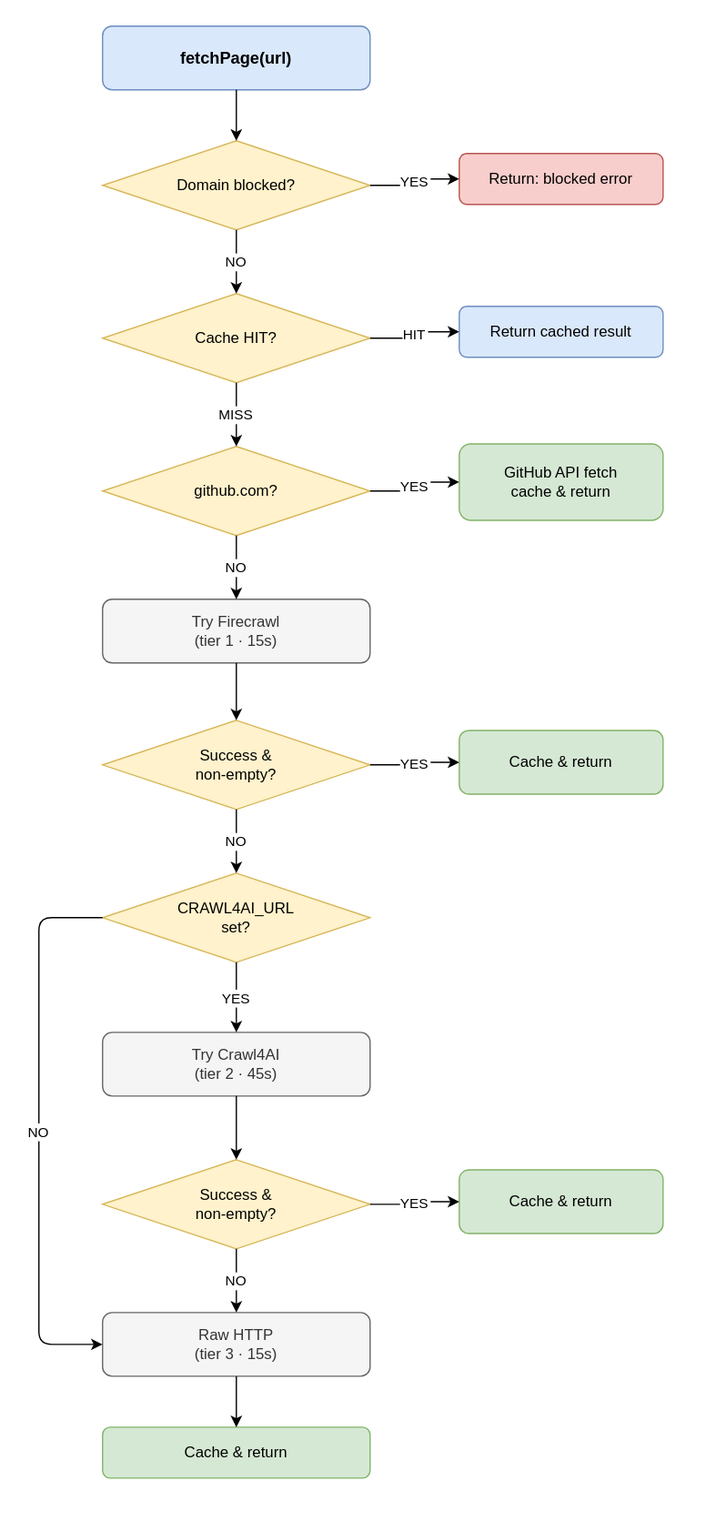
Before: assets/fetch-routing.drawio.svg, a diagram exported from draw.io (TadMSTR/searxng-mcp). Source tidied: cells renumbered, new cells last; positions are measured from the earlier drawing's top-left corner, leaving out a move shared by most shapes.
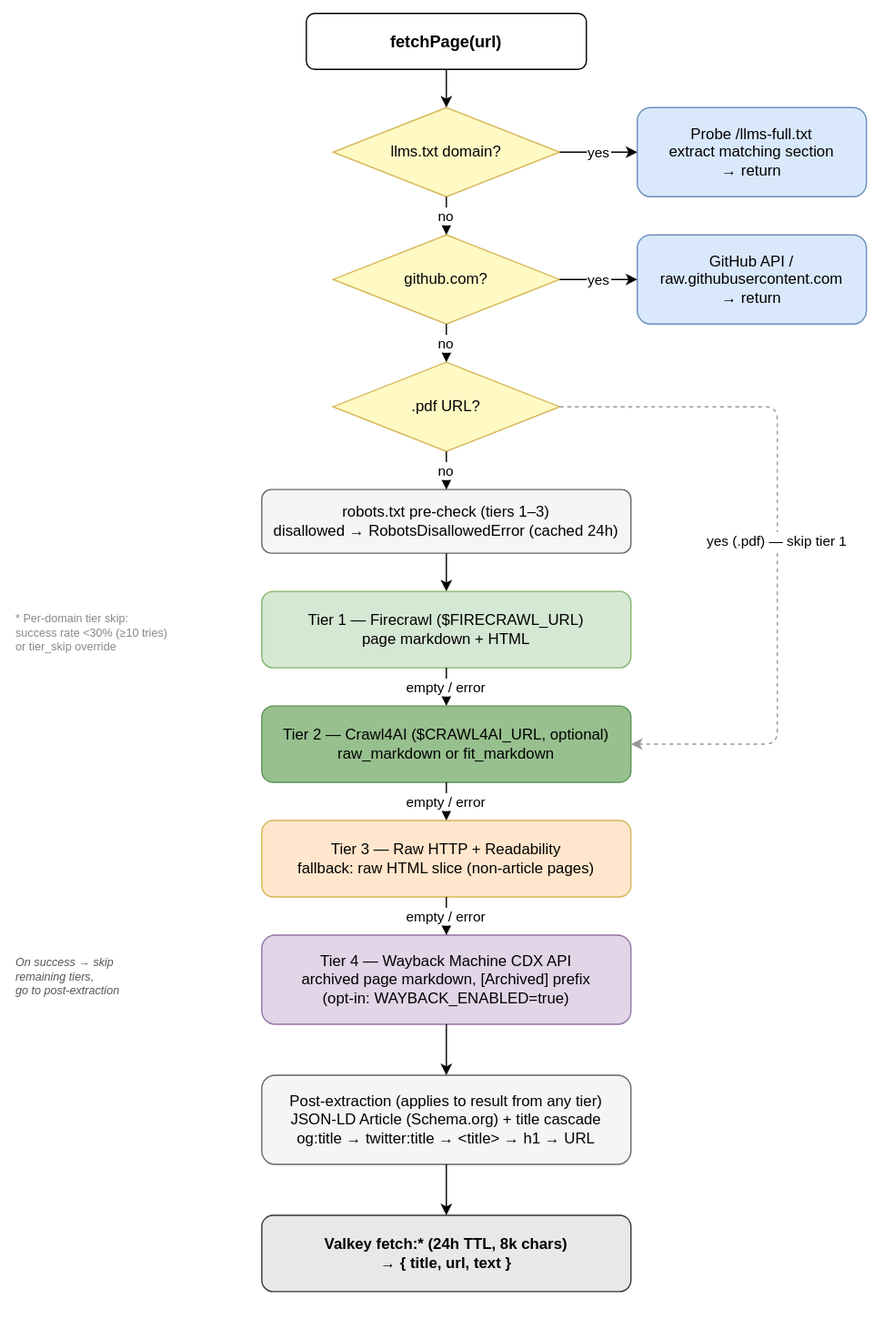
Above is the later version.

Commit message:
docs: regenerate fetch-routing diagram for v3.7.0 four-tier cascade

Replaces stale pre-v3.4.0 SVG with updated diagram covering:
- llms.txt and GitHub fast paths
- PDF routing (bypass tier 1)
- Tier 3 Raw HTTP + Readability
- Tier 4 Wayback Machine (opt-in)
- Post-extraction and Valkey caching

Diff of the diagram source:
```diff
@@ -2,106 +2,94 @@
   <root>
     <mxCell id="0" />
     <mxCell id="1" parent="0" />
-    <mxCell id="2" value="fetchPage(url)" style="rounded=1;whiteSpace=wrap;fillColor=#dae8fc;strokeColor=#6c8ebf;fontStyle=1;fontSize=13;" parent="1" vertex="1">
-      <mxGeometry x="50" width="210" height="50" as="geometry" />
+    <mxCell id="2" value="fetchPage(url)" style="rounded=1;whiteSpace=wrap;fillColor=#ffffff;strokeColor=#000000;fontStyle=1;fontSize=13;" parent="1" vertex="1">
+      <mxGeometry x="140" width="220" height="44" as="geometry" />
     </mxCell>
-    <mxCell id="3" value="Domain blocked?" style="rhombus;whiteSpace=wrap;fillColor=#fff2cc;strokeColor=#d6b656;" parent="1" vertex="1">
-      <mxGeometry x="50" y="90" width="210" height="70" as="geometry" />
-    </mxCell>
-    <mxCell id="4" value="Return: blocked error" style="rounded=1;whiteSpace=wrap;fillColor=#f8cecc;strokeColor=#b85450;" parent="1" vertex="1">
-      <mxGeometry x="330" y="100" width="160" height="40" as="geometry" />
-    </mxCell>
-    <mxCell id="5" value="Cache HIT?" style="rhombus;whiteSpace=wrap;fillColor=#fff2cc;strokeColor=#d6b656;" parent="1" vertex="1">
-      <mxGeometry x="50" y="210" width="210" height="70" as="geometry" />
-    </mxCell>
-    <mxCell id="6" value="Return cached result" style="rounded=1;whiteSpace=wrap;fillColor=#dae8fc;strokeColor=#6c8ebf;" parent="1" vertex="1">
-      <mxGeometry x="330" y="220" width="160" height="40" as="geometry" />
-    </mxCell>
+    <mxCell id="34" value="llms.txt domain?" style="rhombus;whiteSpace=wrap;fillColor=#fff9c4;strokeColor=#d6b656;" parent="1" vertex="1">
+      <mxGeometry x="161" y="74" width="178" height="70" as="geometry" />
+    </mxCell>
+    <mxCell id="35" value="Probe /llms-full.txt&#10;extract matching section&#10;→ return" style="rounded=1;whiteSpace=wrap;fillColor=#dae8fc;strokeColor=#6c8ebf;" parent="1" vertex="1">
+      <mxGeometry x="400" y="74" width="180" height="70" as="geometry" />
+    </mxCell>
-    <mxCell id="7" value="github.com?" style="rhombus;whiteSpace=wrap;fillColor=#fff2cc;strokeColor=#d6b656;" parent="1" vertex="1">
-      <mxGeometry x="50" y="330" width="210" height="70" as="geometry" />
+    <mxCell id="7" value="github.com?" style="rhombus;whiteSpace=wrap;fillColor=#fff9c4;strokeColor=#d6b656;" parent="1" vertex="1">
+      <mxGeometry x="161" y="174" width="178" height="70" as="geometry" />
     </mxCell>
-    <mxCell id="8" value="GitHub API fetch&#10;cache &amp; return" style="rounded=1;whiteSpace=wrap;fillColor=#d5e8d4;strokeColor=#82b366;" parent="1" vertex="1">
-      <mxGeometry x="330" y="328" width="160" height="60" as="geometry" />
-    </mxCell>
-    <mxCell id="9" value="Try Firecrawl&#10;(tier 1 · 15s)" style="rounded=1;whiteSpace=wrap;fillColor=#f5f5f5;strokeColor=#666666;fontColor=#333333;" parent="1" vertex="1">
-      <mxGeometry x="50" y="450" width="210" height="50" as="geometry" />
-    </mxCell>
-    <mxCell id="10" value="Success &amp;&#10;non-empty?" style="rhombus;whiteSpace=wrap;fillColor=#fff2cc;strokeColor=#d6b656;" parent="1" vertex="1">
-      <mxGeometry x="50" y="545" width="210" height="70" as="geometry" />
-    </mxCell>
-    <mxCell id="11" value="Cache &amp; return" style="rounded=1;whiteSpace=wrap;fillColor=#d5e8d4;strokeColor=#82b366;" parent="1" vertex="1">
-      <mxGeometry x="330" y="553" width="160" height="50" as="geometry" />
-    </mxCell>
-    <mxCell id="12" value="CRAWL4AI_URL&#10;set?" style="rhombus;whiteSpace=wrap;fillColor=#fff2cc;strokeColor=#d6b656;" parent="1" vertex="1">
-      <mxGeometry x="50" y="665" width="210" height="70" as="geometry" />
-    </mxCell>
-    <mxCell id="13" value="Try Crawl4AI&#10;(tier 2 · 45s)" style="rounded=1;whiteSpace=wrap;fillColor=#f5f5f5;strokeColor=#666666;fontColor=#333333;" parent="1" vertex="1">
-      <mxGeometry x="50" y="790" width="210" height="50" as="geometry" />
-    </mxCell>
-    <mxCell id="14" value="Success &amp;&#10;non-empty?" style="rhombus;whiteSpace=wrap;fillColor=#fff2cc;strokeColor=#d6b656;" parent="1" vertex="1">
-      <mxGeometry x="50" y="890" width="210" height="70" as="geometry" />
-    </mxCell>
-    <mxCell id="15" value="Cache &amp; return" style="rounded=1;whiteSpace=wrap;fillColor=#d5e8d4;strokeColor=#82b366;" parent="1" vertex="1">
-      <mxGeometry x="330" y="898" width="160" height="50" as="geometry" />
-    </mxCell>
-    <mxCell id="16" value="Raw HTTP&#10;(tier 3 · 15s)" style="rounded=1;whiteSpace=wrap;fillColor=#f5f5f5;strokeColor=#666666;fontColor=#333333;" parent="1" vertex="1">
-      <mxGeometry x="50" y="1010" width="210" height="50" as="geometry" />
-    </mxCell>
-    <mxCell id="17" value="Cache &amp; return" style="rounded=1;whiteSpace=wrap;fillColor=#d5e8d4;strokeColor=#82b366;" parent="1" vertex="1">
-      <mxGeometry x="50" y="1100" width="210" height="40" as="geometry" />
-    </mxCell>
+    <mxCell id="36" value="GitHub API /&#10;raw.githubusercontent.com&#10;→ return" style="rounded=1;whiteSpace=wrap;fillColor=#dae8fc;strokeColor=#6c8ebf;" parent="1" vertex="1">
+      <mxGeometry x="400" y="174" width="180" height="70" as="geometry" />
+    </mxCell>
+    <mxCell id="37" value=".pdf URL?" style="rhombus;whiteSpace=wrap;fillColor=#fff9c4;strokeColor=#d6b656;" parent="1" vertex="1">
+      <mxGeometry x="161" y="274" width="178" height="70" as="geometry" />
+    </mxCell>
+    <mxCell id="38" value="robots.txt pre-check (tiers 1–3)&#10;disallowed → RobotsDisallowedError (cached 24h)" style="rounded=1;whiteSpace=wrap;fillColor=#f5f5f5;strokeColor=#666666;" parent="1" vertex="1">
+      <mxGeometry x="105" y="374" width="290" height="50" as="geometry" />
+    </mxCell>
+    <mxCell id="39" value="Tier 1 — Firecrawl ($FIRECRAWL_URL)&#10;page markdown + HTML" style="rounded=1;whiteSpace=wrap;fillColor=#d5e8d4;strokeColor=#82b366;" parent="1" vertex="1">
+      <mxGeometry x="105" y="454" width="290" height="60" as="geometry" />
+    </mxCell>
+    <mxCell id="40" value="Tier 2 — Crawl4AI ($CRAWL4AI_URL, optional)&#10;raw_markdown or fit_markdown" style="rounded=1;whiteSpace=wrap;fillColor=#97c08e;strokeColor=#5a9154;" parent="1" vertex="1">
+      <mxGeometry x="105" y="544" width="290" height="60" as="geometry" />
+    </mxCell>
+    <mxCell id="41" value="Tier 3 — Raw HTTP + Readability&#10;fallback: raw HTML slice (non-article pages)" style="rounded=1;whiteSpace=wrap;fillColor=#ffe6cc;strokeColor=#d6b656;" parent="1" vertex="1">
+      <mxGeometry x="105" y="634" width="290" height="60" as="geometry" />
+    </mxCell>
+    <mxCell id="42" value="Tier 4 — Wayback Machine CDX API&#10;archived page markdown, [Archived] prefix&#10;(opt-in: WAYBACK_ENABLED=true)" style="rounded=1;whiteSpace=wrap;fillColor=#e1d5e7;strokeColor=#9673a6;" parent="1" vertex="1">
+      <mxGeometry x="105" y="724" width="290" height="70" as="geometry" />
+    </mxCell>
+    <mxCell id="43" value="Post-extraction (applies to result from any tier)&#10;JSON-LD Article (Schema.org) + title cascade&#10;og:title → twitter:title → &lt;title&gt; → h1 → URL" style="rounded=1;whiteSpace=wrap;fillColor=#f5f5f5;strokeColor=#666666;" parent="1" vertex="1">
+      <mxGeometry x="105" y="834" width="290" height="70" as="geometry" />
+    </mxCell>
+    <mxCell id="44" value="Valkey fetch:* (24h TTL, 8k chars)&#10;→ { title, url, text }" style="rounded=1;whiteSpace=wrap;fillColor=#e8e8e8;strokeColor=#333333;fontStyle=1;" parent="1" vertex="1">
+      <mxGeometry x="105" y="944" width="290" height="60" as="geometry" />
+    </mxCell>
+    <mxCell id="45" value="* Per-domain tier skip:&#10;success rate &lt;30% (≥10 tries)&#10;or tier_skip override" style="text;whiteSpace=wrap;align=left;fontSize=9;fontColor=#888888;" parent="1" vertex="1">
+      <mxGeometry x="-90" y="464" width="175" height="50" as="geometry" />
+    </mxCell>
+    <mxCell id="46" value="On success → skip&#10;remaining tiers,&#10;go to post-extraction" style="text;whiteSpace=wrap;align=left;fontSize=9;fontColor=#555555;fontStyle=2;" parent="1" vertex="1">
+      <mxGeometry x="-90" y="734" width="175" height="50" as="geometry" />
+    </mxCell>
-    <mxCell id="18" style="edgeStyle=orthogonalEdgeStyle;" parent="1" edge="1" source="2" target="3">
+    <mxCell id="18" style="edgeStyle=orthogonalEdgeStyle;" parent="1" edge="1" source="2" target="34">
       <mxGeometry relative="1" as="geometry" />
     </mxCell>
-    <mxCell id="19" value="YES" style="edgeStyle=orthogonalEdgeStyle;exitX=1;exitY=0.5;exitDx=0;exitDy=0;entryX=0;entryY=0.5;entryDx=0;entryDy=0;" parent="1" edge="1" source="3" target="4">
+    <mxCell id="19" value="yes" style="edgeStyle=orthogonalEdgeStyle;exitX=1;exitY=0.5;exitPerimeter=0;entryX=0;entryY=0.5;entryPerimeter=0;" parent="1" edge="1" source="34" target="35">
       <mxGeometry relative="1" as="geometry" />
     </mxCell>
-    <mxCell id="20" value="NO" style="edgeStyle=orthogonalEdgeStyle;exitX=0.5;exitY=1;exitDx=0;exitDy=0;" parent="1" edge="1" source="3" target="5">
+    <mxCell id="20" value="no" style="edgeStyle=orthogonalEdgeStyle;exitX=0.5;exitY=1;exitPerimeter=0;entryX=0.5;entryY=0;entryPerimeter=0;" parent="1" edge="1" source="34" target="7">
       <mxGeometry relative="1" as="geometry" />
     </mxCell>
-    <mxCell id="21" value="HIT" style="edgeStyle=orthogonalEdgeStyle;exitX=1;exitY=0.5;exitDx=0;exitDy=0;entryX=0;entryY=0.5;entryDx=0;entryDy=0;" parent="1" edge="1" source="5" target="6">
+    <mxCell id="21" value="yes" style="edgeStyle=orthogonalEdgeStyle;exitX=1;exitY=0.5;exitPerimeter=0;entryX=0;entryY=0.5;entryPerimeter=0;" parent="1" edge="1" source="7" target="36">
       <mxGeometry relative="1" as="geometry" />
     </mxCell>
-    <mxCell id="22" value="MISS" style="edgeStyle=orthogonalEdgeStyle;exitX=0.5;exitY=1;exitDx=0;exitDy=0;" parent="1" edge="1" source="5" target="7">
+    <mxCell id="22" value="no" style="edgeStyle=orthogonalEdgeStyle;exitX=0.5;exitY=1;exitPerimeter=0;entryX=0.5;entryY=0;entryPerimeter=0;" parent="1" edge="1" source="7" target="37">
       <mxGeometry relative="1" as="geometry" />
     </mxCell>
-    <mxCell id="23" value="YES" style="edgeStyle=orthogonalEdgeStyle;exitX=1;exitY=0.5;exitDx=0;exitDy=0;entryX=0;entryY=0.5;entryDx=0;entryDy=0;" parent="1" edge="1" source="7" target="8">
+    <mxCell id="23" value="no" style="edgeStyle=orthogonalEdgeStyle;exitX=0.5;exitY=1;exitPerimeter=0;entryX=0.5;entryY=0;entryPerimeter=0;" parent="1" edge="1" source="37" target="38">
       <mxGeometry relative="1" as="geometry" />
     </mxCell>
-    <mxCell id="24" value="NO" style="edgeStyle=orthogonalEdgeStyle;exitX=0.5;exitY=1;exitDx=0;exitDy=0;" parent="1" edge="1" source="7" target="9">
-      <mxGeometry relative="1" as="geometry" />
+    <mxCell id="24" value="yes (.pdf) — skip tier 1" style="edgeStyle=orthogonalEdgeStyle;dashed=1;strokeColor=#999999;exitX=1;exitY=0.5;exitPerimeter=0;entryX=1;entryY=0.5;entryPerimeter=0;" parent="1" edge="1" source="37" target="40">
+      <mxGeometry relative="1" as="geometry">
+        <Array as="points">
+          <mxPoint x="510" y="309" />
+          <mxPoint x="510" y="574" />
+        </Array>
+      </mxGeometry>
     </mxCell>
-    <mxCell id="25" style="edgeStyle=orthogonalEdgeStyle;" parent="1" edge="1" source="9" target="10">
+    <mxCell id="25" style="edgeStyle=orthogonalEdgeStyle;" parent="1" edge="1" source="38" target="39">
       <mxGeometry relative="1" as="geometry" />
     </mxCell>
-    <mxCell id="26" value="YES" style="edgeStyle=orthogonalEdgeStyle;exitX=1;exitY=0.5;exitDx=0;exitDy=0;entryX=0;entryY=0.5;entryDx=0;entryDy=0;" parent="1" edge="1" source="10" target="11">
+    <mxCell id="26" value="empty / error" style="edgeStyle=orthogonalEdgeStyle;" parent="1" edge="1" source="39" target="40">
       <mxGeometry relative="1" as="geometry" />
     </mxCell>
-    <mxCell id="27" value="NO" style="edgeStyle=orthogonalEdgeStyle;exitX=0.5;exitY=1;exitDx=0;exitDy=0;" parent="1" edge="1" source="10" target="12">
+    <mxCell id="27" value="empty / error" style="edgeStyle=orthogonalEdgeStyle;" parent="1" edge="1" source="40" target="41">
       <mxGeometry relative="1" as="geometry" />
     </mxCell>
-    <mxCell id="28" value="YES" style="edgeStyle=orthogonalEdgeStyle;exitX=0.5;exitY=1;exitDx=0;exitDy=0;" parent="1" edge="1" source="12" target="13">
+    <mxCell id="28" value="empty / error" style="edgeStyle=orthogonalEdgeStyle;" parent="1" edge="1" source="41" target="42">
       <mxGeometry relative="1" as="geometry" />
     </mxCell>
-    <mxCell id="29" value="NO" style="edgeStyle=orthogonalEdgeStyle;exitX=0;exitY=0.5;exitDx=0;exitDy=0;entryX=0;entryY=0.5;entryDx=0;entryDy=0;" parent="1" edge="1" source="12" target="16">
-      <mxGeometry relative="1" as="geometry">
-        <Array as="points">
-          <mxPoint y="700" />
-          <mxPoint y="1035" />
-        </Array>
-      </mxGeometry>
+    <mxCell id="29" style="edgeStyle=orthogonalEdgeStyle;" parent="1" edge="1" source="42" target="43">
+      <mxGeometry relative="1" as="geometry" />
     </mxCell>
-    <mxCell id="30" style="edgeStyle=orthogonalEdgeStyle;" parent="1" edge="1" source="13" target="14">
+    <mxCell id="30" style="edgeStyle=orthogonalEdgeStyle;" parent="1" edge="1" source="43" target="44">
       <mxGeometry relative="1" as="geometry" />
     </mxCell>
-    <mxCell id="31" value="YES" style="edgeStyle=orthogonalEdgeStyle;exitX=1;exitY=0.5;exitDx=0;exitDy=0;entryX=0;entryY=0.5;entryDx=0;entryDy=0;" parent="1" edge="1" source="14" target="15">
-      <mxGeometry relative="1" as="geometry" />
-    </mxCell>
-    <mxCell id="32" value="NO" style="edgeStyle=orthogonalEdgeStyle;exitX=0.5;exitY=1;exitDx=0;exitDy=0;" parent="1" edge="1" source="14" target="16">
-      <mxGeometry relative="1" as="geometry" />
-    </mxCell>
-    <mxCell id="33" style="edgeStyle=orthogonalEdgeStyle;" parent="1" edge="1" source="16" target="17">
-      <mxGeometry relative="1" as="geometry" />
-    </mxCell>
   </root>
 </mxGraphModel>
```
